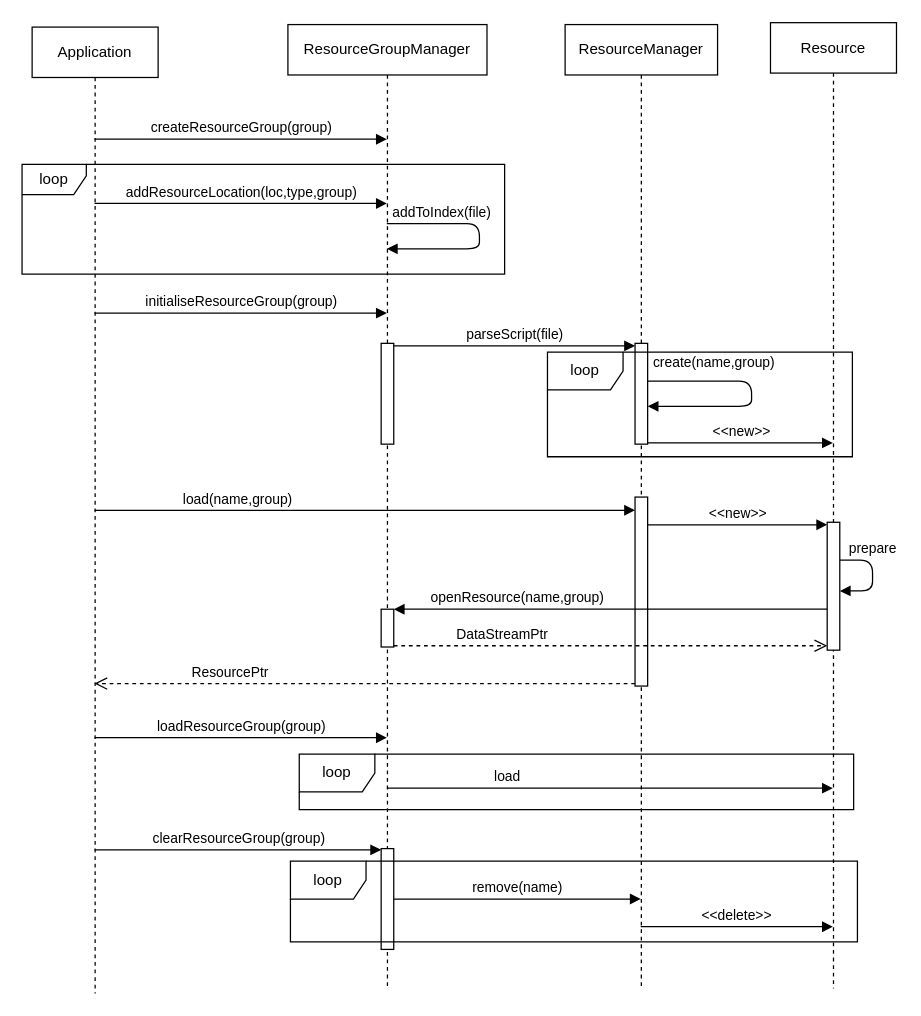
Earlier version of the draw.io diagram page "Resource的生命周期" (2 of 3) of Ogre/Ogre资源模块.drawio (VistorJeff/Knowledge). Source tidied: cells renumbered, new cells numbered last; positions are measured from the earlier drawing's top-left corner, leaving out a move shared by most shapes. Both pictures are drawn from the tidied source at 126%, with x=0, y=0 at pixel (21, 21).
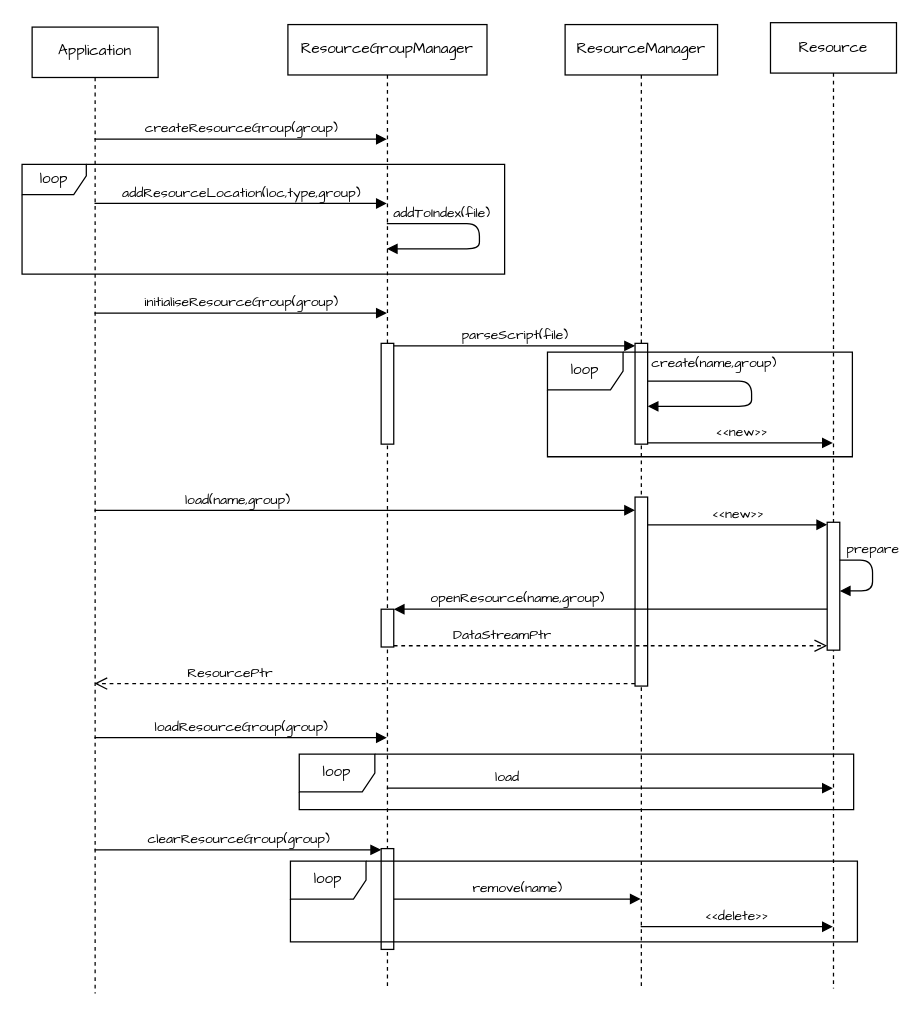
The same page after the edit.

Change to the diagram source:
```diff
@@
-    <mxCell id="2" value="Application" style="shape=umlLifeline;perimeter=lifelinePerimeter;whiteSpace=wrap;html=1;outlineConnect=0;" parent="1" vertex="1">
+    <mxCell id="2" value="Application" style="shape=umlLifeline;perimeter=lifelinePerimeter;whiteSpace=wrap;html=1;outlineConnect=0;fontFamily=Comic Sans MS;" parent="1" vertex="1">
       <mxGeometry x="8" y="4" width="100" height="767" as="geometry" />
     </mxCell>
-    <mxCell id="3" value="ResourceGroupManager" style="shape=umlLifeline;perimeter=lifelinePerimeter;whiteSpace=wrap;html=1;outlineConnect=0;" parent="1" vertex="1">
+    <mxCell id="3" value="ResourceGroupManager" style="shape=umlLifeline;perimeter=lifelinePerimeter;whiteSpace=wrap;html=1;outlineConnect=0;fontFamily=Comic Sans MS;" parent="1" vertex="1">
       <mxGeometry x="211" y="2" width="158" height="766" as="geometry" />
     </mxCell>
-    <mxCell id="4" style="html=1;points=[];perimeter=orthogonalPerimeter;" parent="3" vertex="1">
+    <mxCell id="4" style="html=1;points=[];perimeter=orthogonalPerimeter;fontFamily=Comic Sans MS;" parent="3" vertex="1">
       <mxGeometry x="74" y="253" width="10" height="80" as="geometry" />
     </mxCell>
-    <mxCell id="5" style="html=1;points=[];perimeter=orthogonalPerimeter;" parent="3" vertex="1">
+    <mxCell id="5" style="html=1;points=[];perimeter=orthogonalPerimeter;fontFamily=Comic Sans MS;" parent="3" vertex="1">
       <mxGeometry x="74" y="464" width="10" height="30" as="geometry" />
     </mxCell>
-    <mxCell id="6" style="html=1;points=[];perimeter=orthogonalPerimeter;" parent="3" vertex="1">
+    <mxCell id="6" style="html=1;points=[];perimeter=orthogonalPerimeter;fontFamily=Comic Sans MS;" parent="3" vertex="1">
       <mxGeometry x="74" y="654" width="10" height="80" as="geometry" />
     </mxCell>
-    <mxCell id="7" value="ResourceManager" style="shape=umlLifeline;perimeter=lifelinePerimeter;whiteSpace=wrap;html=1;outlineConnect=0;" parent="1" vertex="1">
+    <mxCell id="7" value="ResourceManager" style="shape=umlLifeline;perimeter=lifelinePerimeter;whiteSpace=wrap;html=1;outlineConnect=0;fontFamily=Comic Sans MS;" parent="1" vertex="1">
       <mxGeometry x="431" y="2" width="121" height="763" as="geometry" />
     </mxCell>
-    <mxCell id="8" style="html=1;points=[];perimeter=orthogonalPerimeter;" parent="7" vertex="1">
+    <mxCell id="8" style="html=1;points=[];perimeter=orthogonalPerimeter;fontFamily=Comic Sans MS;" parent="7" vertex="1">
       <mxGeometry x="55.5" y="253" width="10" height="80" as="geometry" />
     </mxCell>
-    <mxCell id="9" value="create(name,group)" style="html=1;verticalAlign=bottom;endArrow=block;" parent="7" edge="1" source="8" target="8">
+    <mxCell id="9" value="create(name,group)" style="html=1;verticalAlign=bottom;endArrow=block;fontFamily=Comic Sans MS;" parent="7" edge="1" source="8" target="8">
       <mxGeometry x="-0.44" y="6" relative="1" as="geometry">
         <Array as="points">
           <mxPoint x="148" y="293" />
         </Array>
       </mxGeometry>
     </mxCell>
-    <mxCell id="10" style="html=1;points=[];perimeter=orthogonalPerimeter;" parent="7" vertex="1">
+    <mxCell id="10" style="html=1;points=[];perimeter=orthogonalPerimeter;fontFamily=Comic Sans MS;" parent="7" vertex="1">
       <mxGeometry x="55.5" y="375" width="10" height="150" as="geometry" />
     </mxCell>
-    <mxCell id="11" value="Resource" style="shape=umlLifeline;perimeter=lifelinePerimeter;whiteSpace=wrap;html=1;outlineConnect=0;" parent="1" vertex="1">
+    <mxCell id="11" value="Resource" style="shape=umlLifeline;perimeter=lifelinePerimeter;whiteSpace=wrap;html=1;outlineConnect=0;fontFamily=Comic Sans MS;" parent="1" vertex="1">
       <mxGeometry x="594" y="0.5" width="100" height="766.5" as="geometry" />
     </mxCell>
-    <mxCell id="12" style="html=1;points=[];perimeter=orthogonalPerimeter;" parent="11" vertex="1">
+    <mxCell id="12" style="html=1;points=[];perimeter=orthogonalPerimeter;fontFamily=Comic Sans MS;" parent="11" vertex="1">
       <mxGeometry x="45" y="396.5" width="10" height="101.5" as="geometry" />
     </mxCell>
-    <mxCell id="13" value="prepare" style="html=1;verticalAlign=bottom;endArrow=block;" parent="11" edge="1" source="12" target="12">
+    <mxCell id="13" value="prepare" style="html=1;verticalAlign=bottom;endArrow=block;fontFamily=Comic Sans MS;" parent="11" edge="1" source="12" target="12">
       <mxGeometry x="-0.32" relative="1" as="geometry">
         <Array as="points">
           <mxPoint x="81" y="426.5" />
           <mxPoint x="81" y="451" />
         </Array>
       </mxGeometry>
     </mxCell>
-    <mxCell id="14" value="createResourceGroup(group)" style="html=1;verticalAlign=bottom;endArrow=block;" parent="1" edge="1" source="2" target="3">
+    <mxCell id="14" value="createResourceGroup(group)" style="html=1;verticalAlign=bottom;endArrow=block;fontFamily=Comic Sans MS;" parent="1" edge="1" source="2" target="3">
       <mxGeometry relative="1" as="geometry">
         <Array as="points">
           <mxPoint x="175" y="93" />
         </Array>
       </mxGeometry>
     </mxCell>
-    <mxCell id="15" value="addResourceLocation(loc,type,group)" style="html=1;verticalAlign=bottom;endArrow=block;" parent="1" edge="1" source="2" target="3">
+    <mxCell id="15" value="addResourceLocation(loc,type,group)" style="html=1;verticalAlign=bottom;endArrow=block;fontFamily=Comic Sans MS;" parent="1" edge="1" source="2" target="3">
       <mxGeometry relative="1" as="geometry">
         <Array as="points">
           <mxPoint x="175" y="144" />
         </Array>
       </mxGeometry>
     </mxCell>
-    <mxCell id="16" value="addToIndex(file)" style="html=1;verticalAlign=bottom;endArrow=block;" parent="1" edge="1">
+    <mxCell id="16" value="addToIndex(file)" style="html=1;verticalAlign=bottom;endArrow=block;fontFamily=Comic Sans MS;" parent="1" edge="1">
       <mxGeometry x="-0.48" relative="1" as="geometry">
         <mxPoint x="289.5" y="160" as="sourcePoint" />
         <mxPoint x="289.5" y="180" as="targetPoint" />
         <Array as="points">
           <mxPoint x="363" y="160" />
           <mxPoint x="363" y="180" />
         </Array>
       </mxGeometry>
     </mxCell>
-    <mxCell id="17" value="loop" style="shape=umlFrame;whiteSpace=wrap;html=1;width=51;height=24;" parent="1" vertex="1">
+    <mxCell id="17" value="loop" style="shape=umlFrame;whiteSpace=wrap;html=1;width=51;height=24;fontFamily=Comic Sans MS;" parent="1" vertex="1">
       <mxGeometry y="113" width="383" height="87" as="geometry" />
     </mxCell>
-    <mxCell id="18" value="initialiseResourceGroup(group)" style="html=1;verticalAlign=bottom;endArrow=block;" parent="1" edge="1" source="2" target="3">
+    <mxCell id="18" value="initialiseResourceGroup(group)" style="html=1;verticalAlign=bottom;endArrow=block;fontFamily=Comic Sans MS;" parent="1" edge="1" source="2" target="3">
       <mxGeometry relative="1" as="geometry">
         <Array as="points">
           <mxPoint x="173" y="231" />
         </Array>
       </mxGeometry>
     </mxCell>
-    <mxCell id="19" value="parseScript(file)" style="html=1;verticalAlign=bottom;endArrow=block;" parent="1" edge="1" source="4" target="8">
+    <mxCell id="19" value="parseScript(file)" style="html=1;verticalAlign=bottom;endArrow=block;fontFamily=Comic Sans MS;" parent="1" edge="1" source="4" target="8">
       <mxGeometry relative="1" as="geometry">
         <Array as="points">
           <mxPoint x="405" y="257" />
         </Array>
       </mxGeometry>
     </mxCell>
-    <mxCell id="20" value="&amp;lt;&amp;lt;new&amp;gt;&amp;gt;" style="html=1;verticalAlign=bottom;endArrow=block;" parent="1" edge="1" source="8" target="11">
+    <mxCell id="20" value="&amp;lt;&amp;lt;new&amp;gt;&amp;gt;" style="html=1;verticalAlign=bottom;endArrow=block;fontFamily=Comic Sans MS;" parent="1" edge="1" source="8" target="11">
       <mxGeometry relative="1" as="geometry">
         <Array as="points">
           <mxPoint x="572" y="334" />
         </Array>
       </mxGeometry>
     </mxCell>
-    <mxCell id="21" value="loop" style="shape=umlFrame;whiteSpace=wrap;html=1;" parent="1" vertex="1">
+    <mxCell id="21" value="loop" style="shape=umlFrame;whiteSpace=wrap;html=1;fontFamily=Comic Sans MS;" parent="1" vertex="1">
       <mxGeometry x="417" y="262" width="242" height="83" as="geometry" />
     </mxCell>
-    <mxCell id="22" value="load(name,group)" style="html=1;verticalAlign=bottom;endArrow=block;" parent="1" edge="1" source="2" target="10">
+    <mxCell id="22" value="load(name,group)" style="html=1;verticalAlign=bottom;endArrow=block;fontFamily=Comic Sans MS;" parent="1" edge="1" source="2" target="10">
       <mxGeometry x="-0.48" relative="1" as="geometry">
         <mxPoint x="1" as="offset" />
       </mxGeometry>
     </mxCell>
-    <mxCell id="23" value="&amp;lt;&amp;lt;new&amp;gt;&amp;gt;" style="html=1;verticalAlign=bottom;endArrow=block;" parent="1" edge="1" source="10" target="12">
+    <mxCell id="23" value="&amp;lt;&amp;lt;new&amp;gt;&amp;gt;" style="html=1;verticalAlign=bottom;endArrow=block;fontFamily=Comic Sans MS;" parent="1" edge="1" source="10" target="12">
       <mxGeometry relative="1" as="geometry">
         <Array as="points">
           <mxPoint x="569" y="399" />
         </Array>
       </mxGeometry>
     </mxCell>
-    <mxCell id="24" value="openResource(name,group)" style="html=1;verticalAlign=bottom;endArrow=block;" parent="1" edge="1" source="12" target="5">
+    <mxCell id="24" value="openResource(name,group)" style="html=1;verticalAlign=bottom;endArrow=block;fontFamily=Comic Sans MS;" parent="1" edge="1" source="12" target="5">
       <mxGeometry x="0.43" relative="1" as="geometry" />
     </mxCell>
-    <mxCell id="25" value="DataStreamPtr" style="html=1;verticalAlign=bottom;endArrow=open;dashed=1;endSize=8;" parent="1" edge="1" source="5" target="12">
+    <mxCell id="25" value="DataStreamPtr" style="html=1;verticalAlign=bottom;endArrow=open;dashed=1;endSize=8;fontFamily=Comic Sans MS;" parent="1" edge="1" source="5" target="12">
       <mxGeometry x="-0.5" relative="1" as="geometry">
         <Array as="points">
           <mxPoint x="468" y="495" />
         </Array>
       </mxGeometry>
     </mxCell>
-    <mxCell id="26" value="ResourcePtr" style="html=1;verticalAlign=bottom;endArrow=open;dashed=1;endSize=8;" parent="1" edge="1">
+    <mxCell id="26" value="ResourcePtr" style="html=1;verticalAlign=bottom;endArrow=open;dashed=1;endSize=8;fontFamily=Comic Sans MS;" parent="1" edge="1">
       <mxGeometry x="0.5" relative="1" as="geometry">
         <mxPoint x="486.5" y="525" as="sourcePoint" />
         <mxPoint x="57.5" y="525" as="targetPoint" />
         <Array as="points">
           <mxPoint x="275" y="525" />
         </Array>
       </mxGeometry>
     </mxCell>
-    <mxCell id="27" value="loadResourceGroup(group)" style="html=1;verticalAlign=bottom;endArrow=block;" parent="1" edge="1" source="2" target="3">
+    <mxCell id="27" value="loadResourceGroup(group)" style="html=1;verticalAlign=bottom;endArrow=block;fontFamily=Comic Sans MS;" parent="1" edge="1" source="2" target="3">
       <mxGeometry relative="1" as="geometry">
         <Array as="points">
           <mxPoint x="182" y="568" />
         </Array>
       </mxGeometry>
     </mxCell>
-    <mxCell id="28" value="load" style="html=1;verticalAlign=bottom;endArrow=block;" parent="1" edge="1" source="3" target="11">
+    <mxCell id="28" value="load" style="html=1;verticalAlign=bottom;endArrow=block;fontFamily=Comic Sans MS;" parent="1" edge="1" source="3" target="11">
       <mxGeometry x="-0.47" relative="1" as="geometry">
         <Array as="points">
           <mxPoint x="474" y="608" />
         </Array>
         <mxPoint x="1" as="offset" />
       </mxGeometry>
     </mxCell>
-    <mxCell id="29" value="loop" style="shape=umlFrame;whiteSpace=wrap;html=1;" parent="1" vertex="1">
+    <mxCell id="29" value="loop" style="shape=umlFrame;whiteSpace=wrap;html=1;fontFamily=Comic Sans MS;" parent="1" vertex="1">
       <mxGeometry x="220" y="581" width="440" height="44" as="geometry" />
     </mxCell>
-    <mxCell id="30" value="clearResourceGroup(group)" style="html=1;verticalAlign=bottom;endArrow=block;" parent="1" edge="1" source="2" target="6">
+    <mxCell id="30" value="clearResourceGroup(group)" style="html=1;verticalAlign=bottom;endArrow=block;fontFamily=Comic Sans MS;" parent="1" edge="1" source="2" target="6">
       <mxGeometry relative="1" as="geometry">
         <Array as="points">
           <mxPoint x="188" y="657" />
         </Array>
       </mxGeometry>
     </mxCell>
-    <mxCell id="31" value="remove(name)" style="html=1;verticalAlign=bottom;endArrow=block;" parent="1" edge="1" source="6" target="7">
+    <mxCell id="31" value="remove(name)" style="html=1;verticalAlign=bottom;endArrow=block;fontFamily=Comic Sans MS;" parent="1" edge="1" source="6" target="7">
       <mxGeometry relative="1" as="geometry">
         <Array as="points">
           <mxPoint x="389" y="696" />
         </Array>
       </mxGeometry>
     </mxCell>
-    <mxCell id="32" value="&amp;lt;&amp;lt;delete&amp;gt;&amp;gt;" style="html=1;verticalAlign=bottom;endArrow=block;" parent="1" edge="1" source="7" target="11">
+    <mxCell id="32" value="&amp;lt;&amp;lt;delete&amp;gt;&amp;gt;" style="html=1;verticalAlign=bottom;endArrow=block;fontFamily=Comic Sans MS;" parent="1" edge="1" source="7" target="11">
       <mxGeometry relative="1" as="geometry">
         <Array as="points">
           <mxPoint x="567" y="718" />
         </Array>
       </mxGeometry>
     </mxCell>
-    <mxCell id="33" value="loop" style="shape=umlFrame;whiteSpace=wrap;html=1;" parent="1" vertex="1">
+    <mxCell id="33" value="loop" style="shape=umlFrame;whiteSpace=wrap;html=1;fontFamily=Comic Sans MS;" parent="1" vertex="1">
       <mxGeometry x="213" y="666" width="450" height="64" as="geometry" />
     </mxCell>
```
